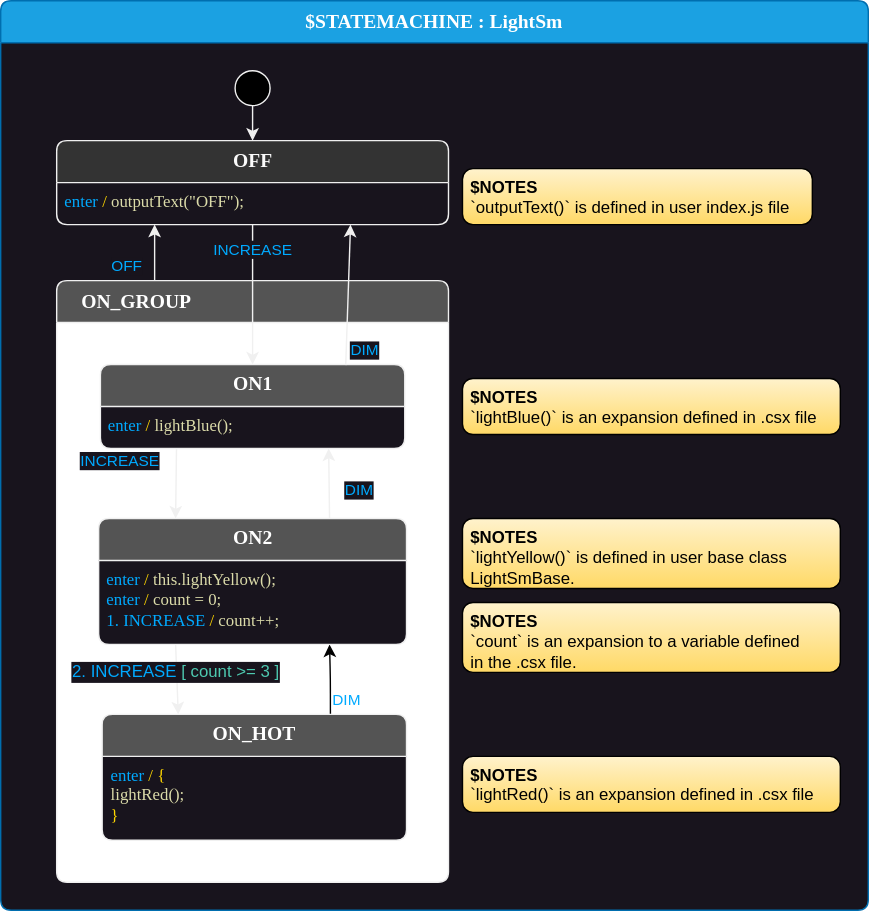
Above: lesson-5/js-web/LightSm.drawio.svg in StateSmith/tutorial-2 (draw.io), before the change. Source tidied: cells renumbered, new cells last; positions are measured from the earlier drawing's top-left corner, leaving out a move shared by most shapes.
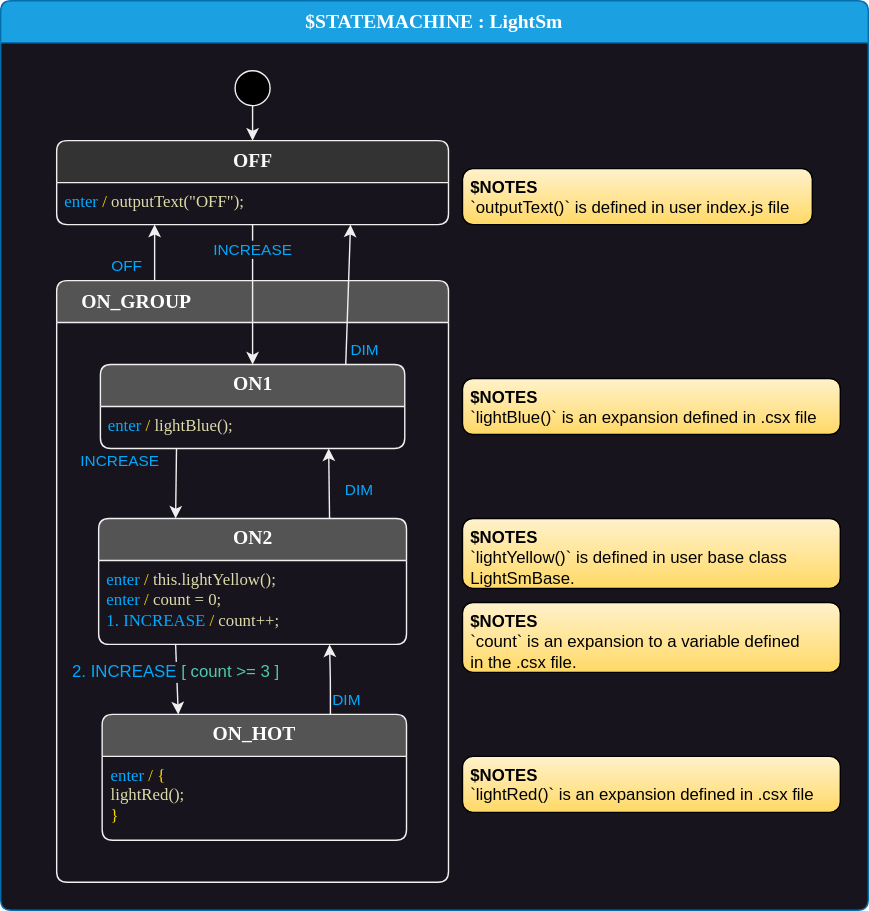
Later version of the same file.

Commit message:
light/dark theme fixes

What changed in the source:
```diff
@@ -5,7 +5,7 @@
     <mxCell id="2" value="$STATEMACHINE : LightSm" style="shape=swimlane;align=center;verticalAlign=top;fontFamily=Lucida Console;startSize=30;fontSize=14;fontStyle=1;swimlaneFillColor=#18141d;rounded=1;arcSize=15;absoluteArcSize=1;fillColor=#1ba1e2;fontColor=#ffffff;strokeColor=#006EAF;" parent="1" vertex="1">
       <mxGeometry width="620" height="650" as="geometry" />
     </mxCell>
-    <mxCell id="3" value="ON_GROUP " style="shape=swimlane;align=left;verticalAlign=top;fontFamily=Lucida Console;startSize=30;fontSize=14;fontStyle=1;fontColor=#ffffff;fillColor=#545454;swimlaneFillColor=default;rounded=1;arcSize=15;absoluteArcSize=1;strokeColor=#F0F0F0;spacingLeft=16;" parent="2" vertex="1">
+    <mxCell id="3" value="ON_GROUP " style="shape=swimlane;align=left;verticalAlign=top;fontFamily=Lucida Console;startSize=30;fontSize=14;fontStyle=1;fontColor=#ffffff;fillColor=#545454;swimlaneFillColor=none;rounded=1;arcSize=15;absoluteArcSize=1;strokeColor=#F0F0F0;spacingLeft=16;" parent="2" vertex="1">
       <mxGeometry x="40" y="200" width="280" height="430" as="geometry" />
     </mxCell>
     <mxCell id="4" value=" " style="fontFamily=Lucida Console;align=left;verticalAlign=top;fillColor=none;gradientColor=none;strokeColor=none;rounded=0;spacingLeft=4;" parent="3" vertex="1">
@@ -17,7 +17,7 @@
     <mxCell id="6" value="&lt;font&gt;INCREASE&lt;/font&gt;" style="edgeStyle=none;html=1;entryX=0.25;entryY=0;entryDx=0;entryDy=0;fontColor=#00AAFF;strokeColor=#F0F0F0;labelBackgroundColor=#18141D;exitX=0.25;exitY=1;exitDx=0;exitDy=0;" parent="3" edge="1" source="13" target="11">
       <mxGeometry x="-0.6" y="-41" relative="1" as="geometry" />
     </mxCell>
-    <mxCell id="7" value="DIM" style="edgeStyle=orthogonalEdgeStyle;html=1;exitX=0.75;exitY=0;exitDx=0;exitDy=0;entryX=0.75;entryY=1;entryDx=0;entryDy=0;fontColor=#00AAFF;" parent="3" edge="1" source="8" target="11">
+    <mxCell id="7" value="DIM" style="edgeStyle=orthogonalEdgeStyle;html=1;exitX=0.75;exitY=0;exitDx=0;exitDy=0;entryX=0.75;entryY=1;entryDx=0;entryDy=0;fontColor=#00AAFF;labelBackgroundColor=none;strokeColor=#F0F0F0;" parent="3" edge="1" source="8" target="11">
       <mxGeometry x="-0.6" y="-11" relative="1" as="geometry" />
     </mxCell>
     <mxCell id="8" value="ON_HOT" style="shape=swimlane;align=center;verticalAlign=top;fontFamily=Lucida Console;startSize=30;fontSize=14;fontStyle=1;swimlaneFillColor=#18141d;html=1;rounded=1;arcSize=15;absoluteArcSize=1;fillColor=#545454;fontColor=#ffffff;strokeColor=#F0F0F0;" parent="3" vertex="1">
```
